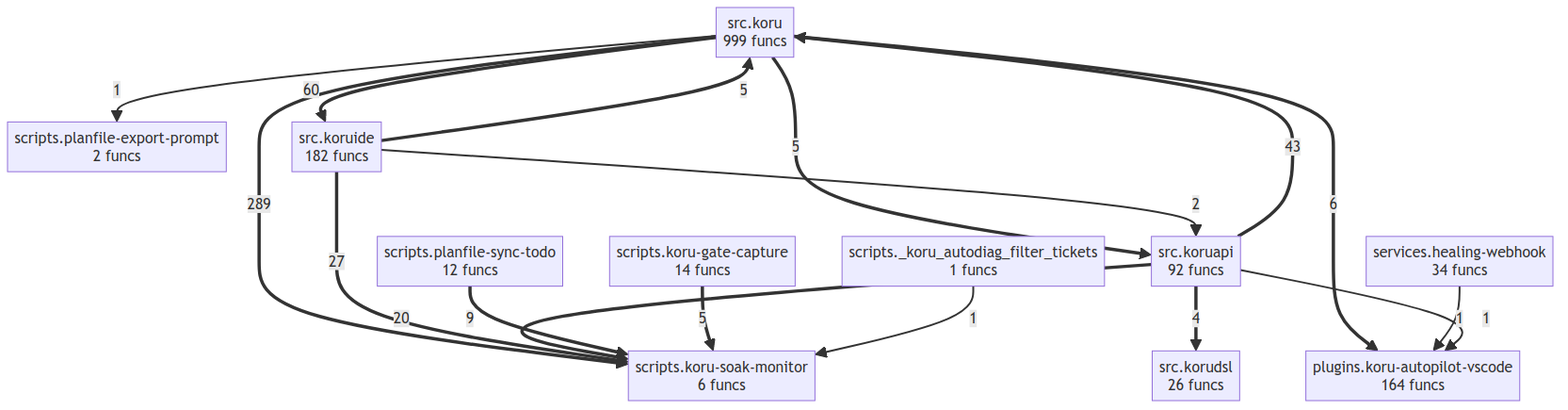
This is project/compact_flow.png from semcod/koru, a Mermaid export, as it was before one commit. Its source is kept beside it as project/compact_flow.mmd. Source of this version:
```mermaid
flowchart TD
    plugins__koru_autopilot_vscode["plugins.koru-autopilot-vscode<br/>164 funcs"]
    scripts___koru_autodiag_filter_tickets["scripts._koru_autodiag_filter_tickets<br/>1 funcs"]
    scripts__koru_gate_capture["scripts.koru-gate-capture<br/>14 funcs"]
    scripts__koru_soak_monitor["scripts.koru-soak-monitor<br/>6 funcs"]
    scripts__planfile_export_prompt["scripts.planfile-export-prompt<br/>2 funcs"]
    scripts__planfile_sync_todo["scripts.planfile-sync-todo<br/>12 funcs"]
    services__healing_webhook["services.healing-webhook<br/>34 funcs"]
    src__koru["src.koru<br/>999 funcs"]
    src__koruapi["src.koruapi<br/>92 funcs"]
    src__korudsl["src.korudsl<br/>26 funcs"]
    src__koruide["src.koruide<br/>182 funcs"]
    src__koru ==>|289| scripts__koru_soak_monitor
    src__koru ==>|60| src__koruide
    src__koruapi ==>|43| src__koru
    src__koruide ==>|27| scripts__koru_soak_monitor
    src__koruapi ==>|20| scripts__koru_soak_monitor
    scripts__planfile_sync_todo ==>|9| scripts__koru_soak_monitor
    src__koru ==>|6| plugins__koru_autopilot_vscode
    src__koruide ==>|5| src__koru
    src__koru ==>|5| src__koruapi
    scripts__koru_gate_capture ==>|5| scripts__koru_soak_monitor
    src__koruapi ==>|4| src__korudsl
    src__koruide -->|2| src__koruapi
    services__healing_webhook -->|1| plugins__koru_autopilot_vscode
    src__koruapi -->|1| plugins__koru_autopilot_vscode
    src__koru -->|1| scripts__planfile_export_prompt
    scripts___koru_autodiag_filter_tickets -->|1| scripts__koru_soak_monitor
```
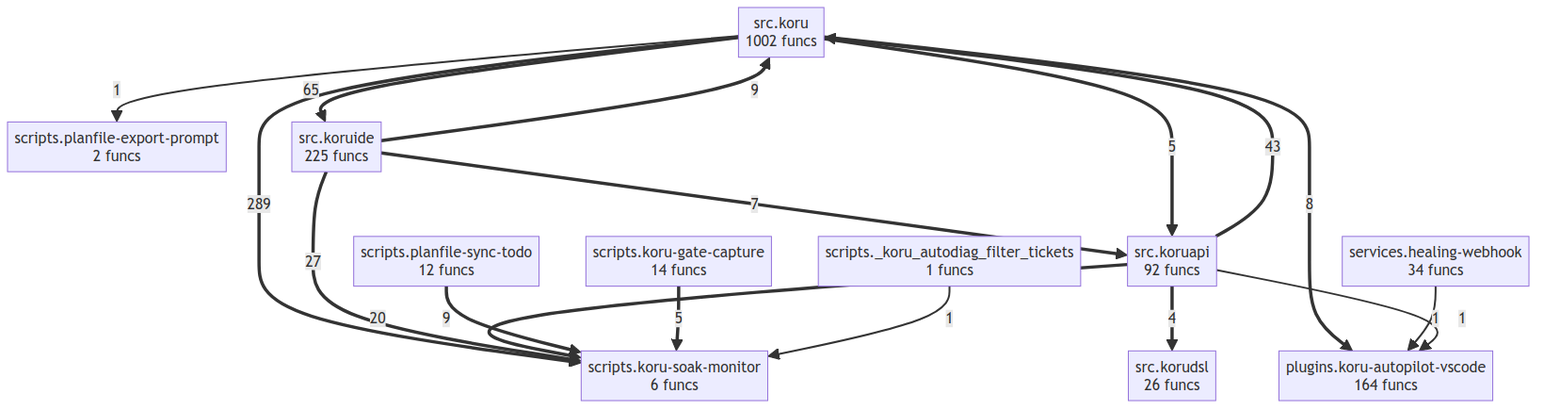
The same file after the commit.

The edit, as a diff of the source:
```diff
@@ -6,22 +6,22 @@
     scripts__planfile_export_prompt["scripts.planfile-export-prompt<br/>2 funcs"]
     scripts__planfile_sync_todo["scripts.planfile-sync-todo<br/>12 funcs"]
     services__healing_webhook["services.healing-webhook<br/>34 funcs"]
-    src__koru["src.koru<br/>999 funcs"]
+    src__koru["src.koru<br/>1002 funcs"]
     src__koruapi["src.koruapi<br/>92 funcs"]
     src__korudsl["src.korudsl<br/>26 funcs"]
-    src__koruide["src.koruide<br/>182 funcs"]
+    src__koruide["src.koruide<br/>225 funcs"]
     src__koru ==>|289| scripts__koru_soak_monitor
-    src__koru ==>|60| src__koruide
+    src__koru ==>|65| src__koruide
     src__koruapi ==>|43| src__koru
     src__koruide ==>|27| scripts__koru_soak_monitor
     src__koruapi ==>|20| scripts__koru_soak_monitor
+    src__koruide ==>|9| src__koru
     scripts__planfile_sync_todo ==>|9| scripts__koru_soak_monitor
-    src__koru ==>|6| plugins__koru_autopilot_vscode
-    src__koruide ==>|5| src__koru
+    src__koru ==>|8| plugins__koru_autopilot_vscode
+    src__koruide ==>|7| src__koruapi
     src__koru ==>|5| src__koruapi
     scripts__koru_gate_capture ==>|5| scripts__koru_soak_monitor
     src__koruapi ==>|4| src__korudsl
-    src__koruide -->|2| src__koruapi
     services__healing_webhook -->|1| plugins__koru_autopilot_vscode
     src__koruapi -->|1| plugins__koru_autopilot_vscode
     src__koru -->|1| scripts__planfile_export_prompt
```
